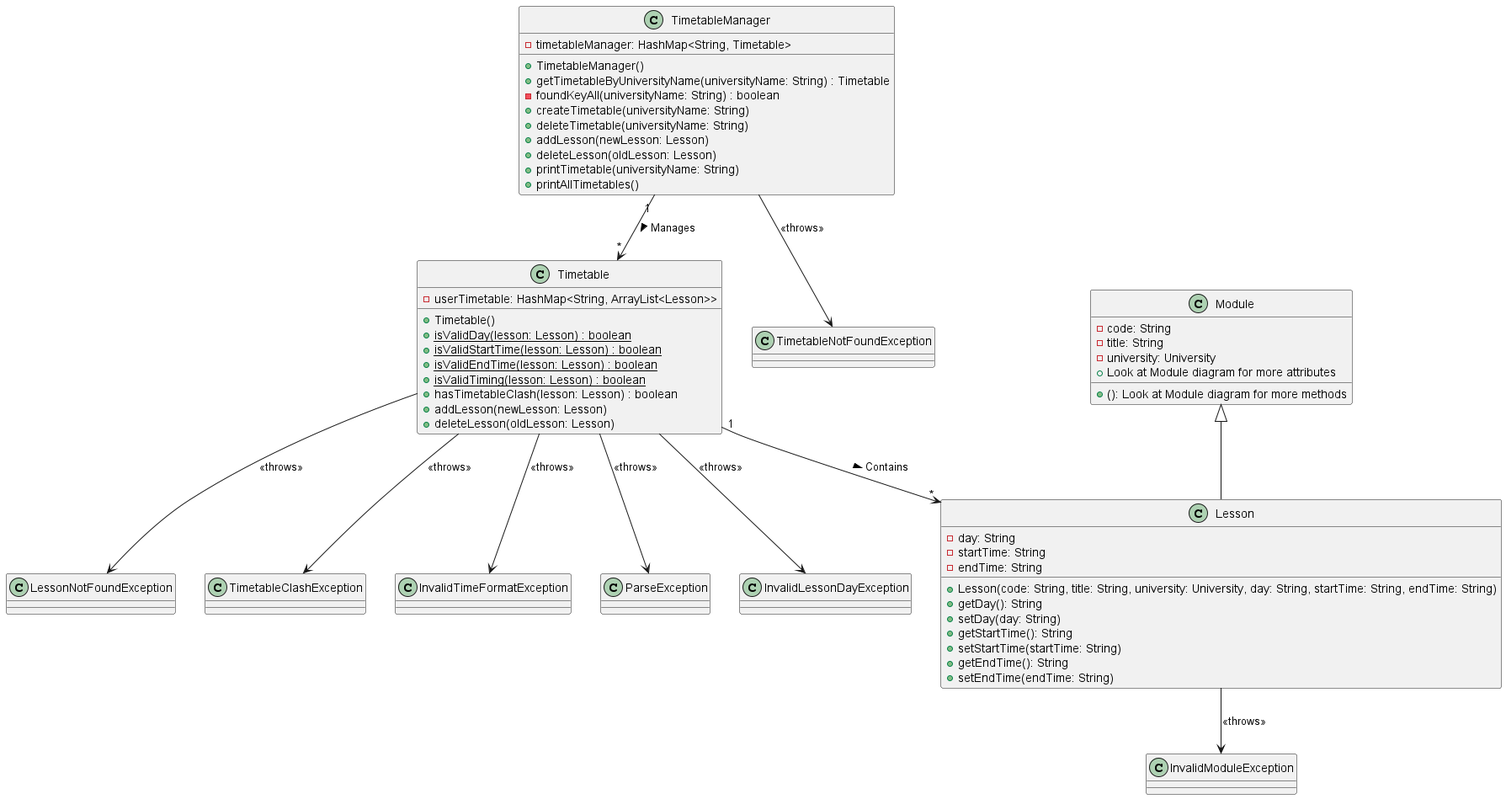
This is docs/images/Timetable_Class.png from nus-cs2113-AY2223S1/tp, a PlantUML export, as it was before one commit.
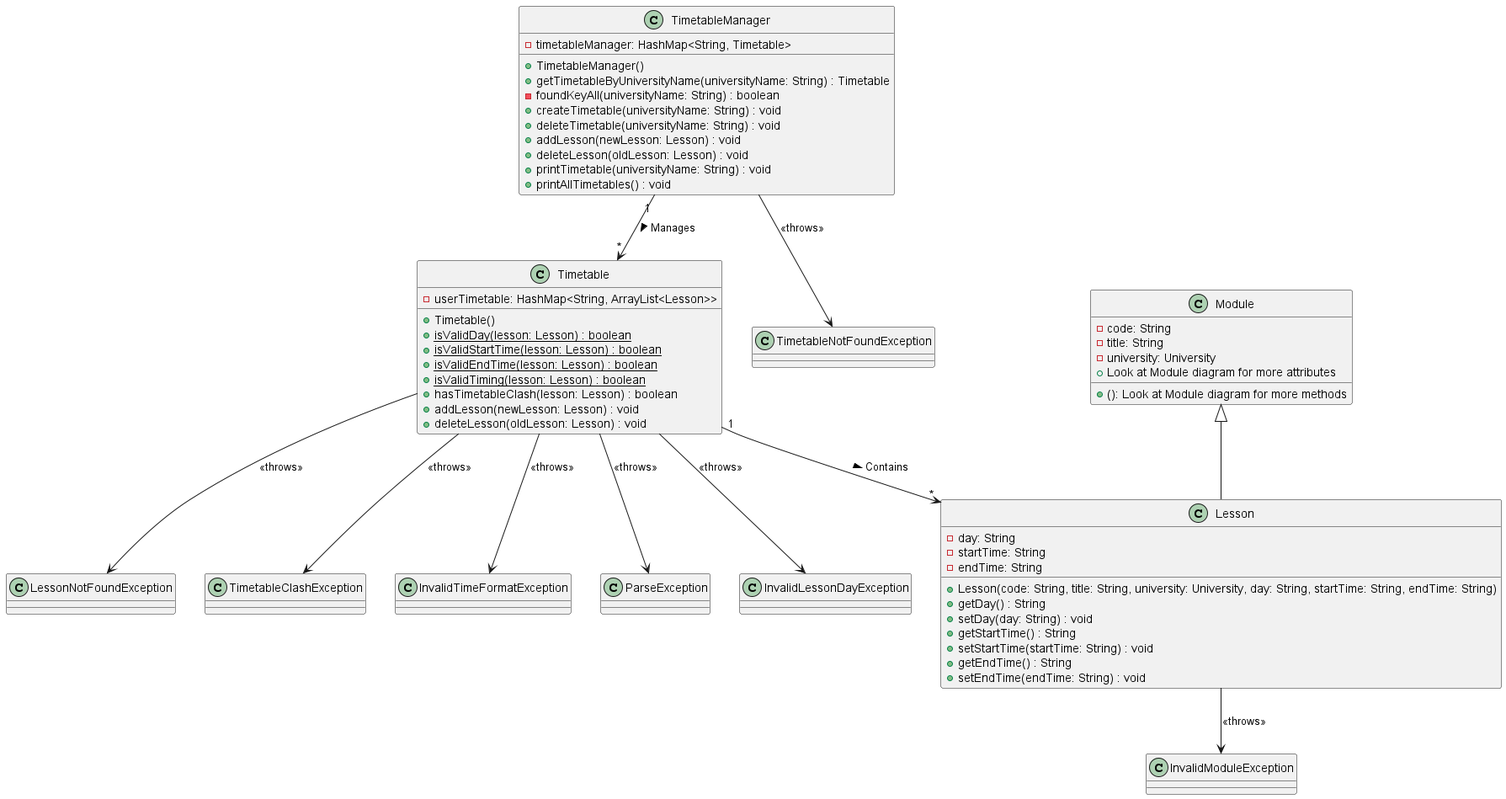
The same file after the commit.

Commit message:
Add diagram for FavouriteCommand and add minor changes to Ui and Timetable diagram

What changed in the source:
```diff
@@ -5,12 +5,12 @@
     + TimetableManager()
     + getTimetableByUniversityName(universityName: String) : Timetable
     - foundKeyAll(universityName: String) : boolean
-    + createTimetable(universityName: String)
-    + deleteTimetable(universityName: String)
-    + addLesson(newLesson: Lesson)
-    + deleteLesson(oldLesson: Lesson)
-    + printTimetable(universityName: String)
-    + printAllTimetables()
+    + createTimetable(universityName: String) : void
+    + deleteTimetable(universityName: String) : void
+    + addLesson(newLesson: Lesson) : void
+    + deleteLesson(oldLesson: Lesson) : void
+    + printTimetable(universityName: String) : void
+    + printAllTimetables() : void
 }
 
 class Timetable {
@@ -21,8 +21,8 @@
     {static} + isValidEndTime(lesson: Lesson) : boolean
     {static} + isValidTiming(lesson: Lesson) : boolean
     + hasTimetableClash(lesson: Lesson) : boolean
-    + addLesson(newLesson: Lesson)
-    + deleteLesson(oldLesson: Lesson)
+    + addLesson(newLesson: Lesson) : void
+    + deleteLesson(oldLesson: Lesson) : void
 }
 
 class Lesson {
@@ -30,12 +30,12 @@
     - startTime: String
     - endTime: String
     + Lesson(code: String, title: String, university: University, day: String, startTime: String, endTime: String)
-    + getDay(): String
-    + setDay(day: String)
-    + getStartTime(): String
-    + setStartTime(startTime: String)
-    + getEndTime(): String
-    + setEndTime(endTime: String)
+    + getDay() : String
+    + setDay(day: String) : void
+    + getStartTime() : String
+    + setStartTime(startTime: String) : void
+    + getEndTime() : String
+    + setEndTime(endTime: String) : void
 }
 
 class Module {
```
